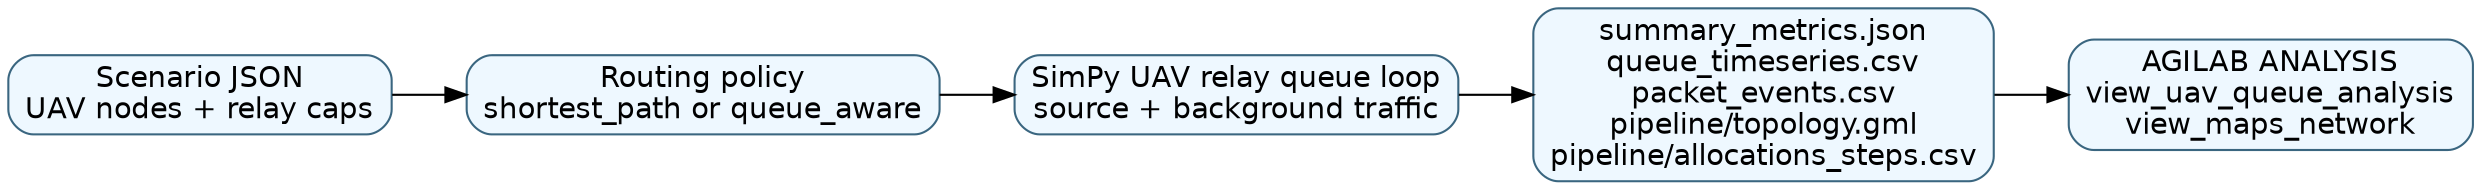
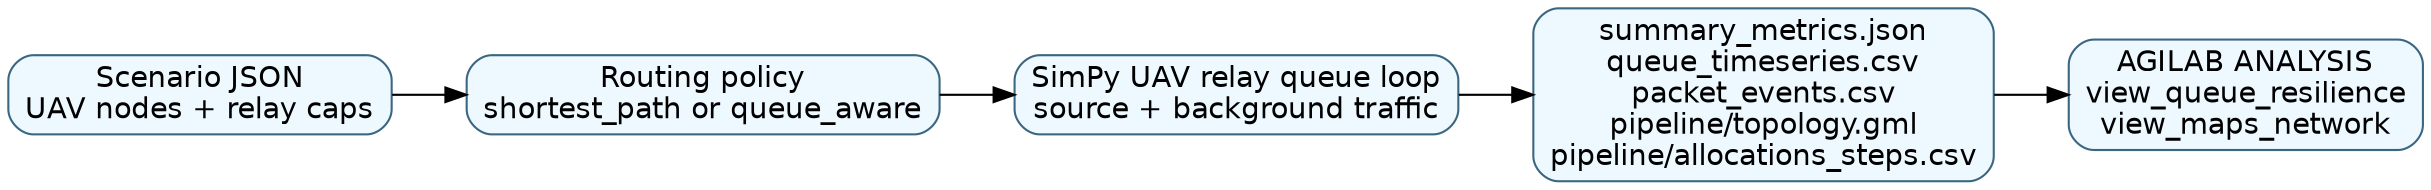
digraph uav_queue_pipeline {
  rankdir=LR;
  node [shape=box, style="rounded,filled", fillcolor="#eef8ff", color="#3a6680", fontname="Helvetica"];

  scenario [label="Scenario JSON\nUAV nodes + relay caps"];
  policy [label="Routing policy\nshortest_path or queue_aware"];
  sim [label="SimPy UAV relay queue loop\nsource + background traffic"];
  artifacts [label="summary_metrics.json\nqueue_timeseries.csv\npacket_events.csv\npipeline/topology.gml\npipeline/allocations_steps.csv"];
-   analysis [label="AGILAB ANALYSIS\nview_uav_queue_analysis\nview_maps_network"];
+   analysis [label="AGILAB ANALYSIS\nview_queue_resilience\nview_maps_network"];

  scenario -> policy -> sim -> artifacts -> analysis;
}
